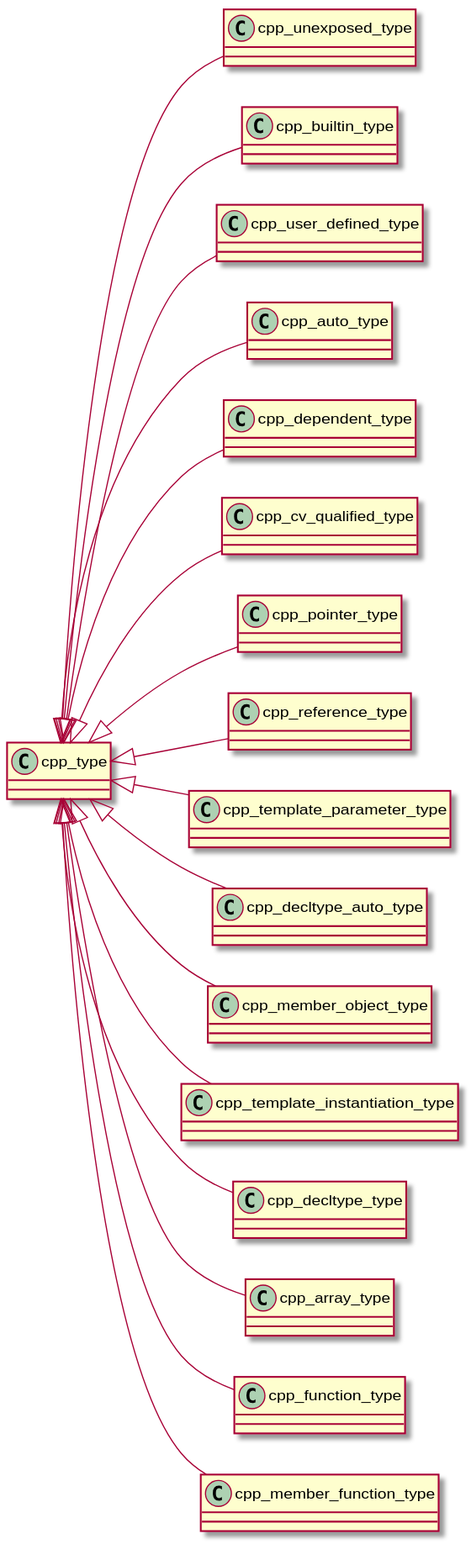
The PlantUML diagram cppast/puml/cpp_type_class_hierarchy_diagram.svg in bkryza/clang-uml-examples, before a commit.
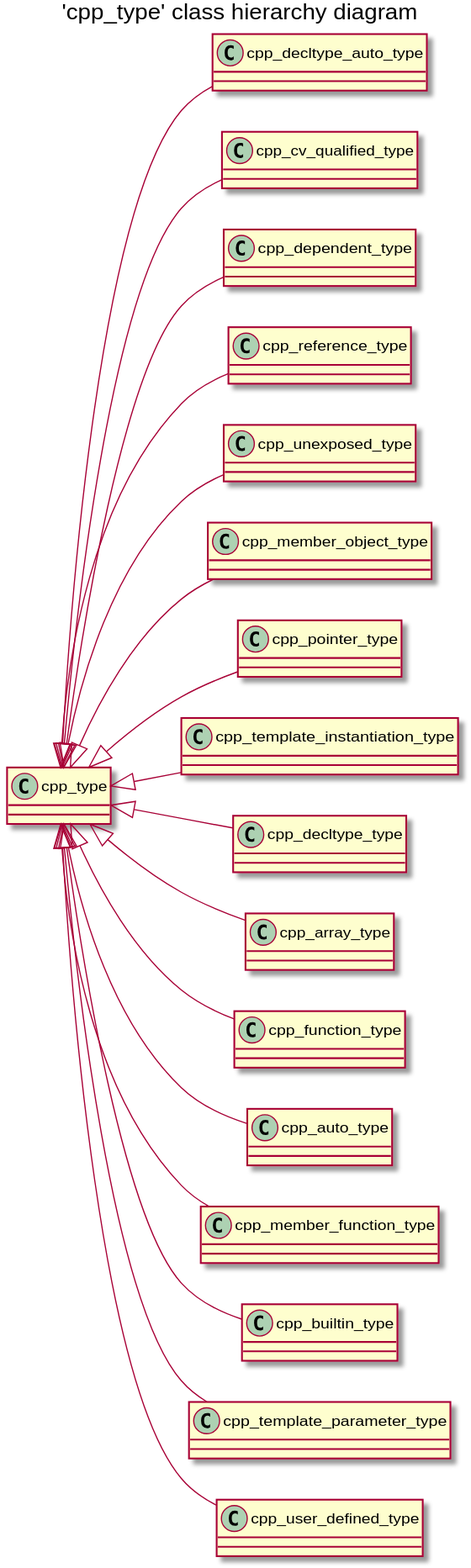
Above is the later version.

Change to the diagram source:
```diff
@@ -1,51 +1,32 @@
 @startuml
+title 'cpp_type' class hierarchy diagram
 left to right direction
-class "cpp_type" as C_0001585653041236922459
-class C_0001585653041236922459 [[https://github.com/foonathan/cppast/blob/f00df6675d87c6983033d270728c57a55cd3db22/include/cppast/cpp_type.hpp#L44{cpp_type}]] {
-__
-}
-class "cpp_unexposed_type" as C_0000601730303705395408
-class C_0000601730303705395408 [[https://github.com/foonathan/cppast/blob/f00df6675d87c6983033d270728c57a55cd3db22/include/cppast/cpp_type.hpp#L95{cpp_unexposed_type}]] {
-__
-}
-class "cpp_builtin_type" as C_0002035785082080260407
-class C_0002035785082080260407 [[https://github.com/foonathan/cppast/blob/f00df6675d87c6983033d270728c57a55cd3db22/include/cppast/cpp_type.hpp#L161{cpp_builtin_type}]] {
-__
-}
-class "cpp_user_defined_type" as C_0002166954434825938188
-class C_0002166954434825938188 [[https://github.com/foonathan/cppast/blob/f00df6675d87c6983033d270728c57a55cd3db22/include/cppast/cpp_type.hpp#L202{cpp_user_defined_type}]] {
-__
-}
-class "cpp_auto_type" as C_0001809003368459807767
-class C_0001809003368459807767 [[https://github.com/foonathan/cppast/blob/f00df6675d87c6983033d270728c57a55cd3db22/include/cppast/cpp_type.hpp#L230{cpp_auto_type}]] {
-__
-}
-class "cpp_dependent_type" as C_0000507998479194737071
-class C_0000507998479194737071 [[https://github.com/foonathan/cppast/blob/f00df6675d87c6983033d270728c57a55cd3db22/include/cppast/cpp_type.hpp#L249{cpp_dependent_type}]] {
-__
-}
-class "cpp_cv_qualified_type" as C_0000342846994454958214
-class C_0000342846994454958214 [[https://github.com/foonathan/cppast/blob/f00df6675d87c6983033d270728c57a55cd3db22/include/cppast/cpp_type.hpp#L311{cpp_cv_qualified_type}]] {
-__
-}
-class "cpp_pointer_type" as C_0000861535705589766807
-class C_0000861535705589766807 [[https://github.com/foonathan/cppast/blob/f00df6675d87c6983033d270728c57a55cd3db22/include/cppast/cpp_type.hpp#L359{cpp_pointer_type}]] {
-__
-}
-class "cpp_reference_type" as C_0000600573949475383075
-class C_0000600573949475383075 [[https://github.com/foonathan/cppast/blob/f00df6675d87c6983033d270728c57a55cd3db22/include/cppast/cpp_type.hpp#L394{cpp_reference_type}]] {
-__
-}
-class "cpp_template_parameter_type" as C_0002158322113857881673
-class C_0002158322113857881673 [[https://github.com/foonathan/cppast/blob/f00df6675d87c6983033d270728c57a55cd3db22/include/cppast/cpp_template_parameter.hpp#L106{cpp_template_parameter_type}]] {
-__
-}
 class "cpp_decltype_auto_type" as C_0000026248340214462662
 class C_0000026248340214462662 [[https://github.com/foonathan/cppast/blob/f00df6675d87c6983033d270728c57a55cd3db22/include/cppast/cppast_fwd.hpp#L27{cpp_decltype_auto_type}]] {
 __
 }
+class "cpp_cv_qualified_type" as C_0000342846994454958214
+class C_0000342846994454958214 [[https://github.com/foonathan/cppast/blob/f00df6675d87c6983033d270728c57a55cd3db22/include/cppast/cppast_fwd.hpp#L26{cpp_cv_qualified_type}]] {
+__
+}
+class "cpp_dependent_type" as C_0000507998479194737071
+class C_0000507998479194737071 [[https://github.com/foonathan/cppast/blob/f00df6675d87c6983033d270728c57a55cd3db22/include/cppast/cppast_fwd.hpp#L29{cpp_dependent_type}]] {
+__
+}
+class "cpp_reference_type" as C_0000600573949475383075
+class C_0000600573949475383075 [[https://github.com/foonathan/cppast/blob/f00df6675d87c6983033d270728c57a55cd3db22/include/cppast/cppast_fwd.hpp#L58{cpp_reference_type}]] {
+__
+}
+class "cpp_unexposed_type" as C_0000601730303705395408
+class C_0000601730303705395408 [[https://github.com/foonathan/cppast/blob/f00df6675d87c6983033d270728c57a55cd3db22/include/cppast/cppast_fwd.hpp#L74{cpp_unexposed_type}]] {
+__
+}
 class "cpp_member_object_type" as C_0000603633382993980808
 class C_0000603633382993980808 [[https://github.com/foonathan/cppast/blob/f00df6675d87c6983033d270728c57a55cd3db22/include/cppast/cppast_fwd.hpp#L53{cpp_member_object_type}]] {
+__
+}
+class "cpp_pointer_type" as C_0000861535705589766807
+class C_0000861535705589766807 [[https://github.com/foonathan/cppast/blob/f00df6675d87c6983033d270728c57a55cd3db22/include/cppast/cppast_fwd.hpp#L57{cpp_pointer_type}]] {
 __
 }
 class "cpp_template_instantiation_type" as C_0001009421424714355715
@@ -64,25 +45,45 @@
 class C_0001455852309215570565 [[https://github.com/foonathan/cppast/blob/f00df6675d87c6983033d270728c57a55cd3db22/include/cppast/cppast_fwd.hpp#L44{cpp_function_type}]] {
 __
 }
+class "cpp_type" as C_0001585653041236922459
+class C_0001585653041236922459 [[https://github.com/foonathan/cppast/blob/f00df6675d87c6983033d270728c57a55cd3db22/include/cppast/cppast_fwd.hpp#L70{cpp_type}]] {
+__
+}
+class "cpp_auto_type" as C_0001809003368459807767
+class C_0001809003368459807767 [[https://github.com/foonathan/cppast/blob/f00df6675d87c6983033d270728c57a55cd3db22/include/cppast/cppast_fwd.hpp#L16{cpp_auto_type}]] {
+__
+}
 class "cpp_member_function_type" as C_0001956941679276907326
 class C_0001956941679276907326 [[https://github.com/foonathan/cppast/blob/f00df6675d87c6983033d270728c57a55cd3db22/include/cppast/cppast_fwd.hpp#L52{cpp_member_function_type}]] {
 __
 }
+class "cpp_builtin_type" as C_0002035785082080260407
+class C_0002035785082080260407 [[https://github.com/foonathan/cppast/blob/f00df6675d87c6983033d270728c57a55cd3db22/include/cppast/cppast_fwd.hpp#L19{cpp_builtin_type}]] {
+__
+}
+class "cpp_template_parameter_type" as C_0002158322113857881673
+class C_0002158322113857881673 [[https://github.com/foonathan/cppast/blob/f00df6675d87c6983033d270728c57a55cd3db22/include/cppast/cppast_fwd.hpp#L65{cpp_template_parameter_type}]] {
+__
+}
+class "cpp_user_defined_type" as C_0002166954434825938188
+class C_0002166954434825938188 [[https://github.com/foonathan/cppast/blob/f00df6675d87c6983033d270728c57a55cd3db22/include/cppast/cppast_fwd.hpp#L75{cpp_user_defined_type}]] {
+__
+}
+C_0001585653041236922459 <|-- C_0000026248340214462662
+C_0001585653041236922459 <|-- C_0000342846994454958214
+C_0001585653041236922459 <|-- C_0000507998479194737071
+C_0001585653041236922459 <|-- C_0000600573949475383075
 C_0001585653041236922459 <|-- C_0000601730303705395408
-C_0001585653041236922459 <|-- C_0002035785082080260407
-C_0001585653041236922459 <|-- C_0002166954434825938188
-C_0001585653041236922459 <|-- C_0001809003368459807767
-C_0001585653041236922459 <|-- C_0000507998479194737071
-C_0001585653041236922459 <|-- C_0000342846994454958214
+C_0001585653041236922459 <|-- C_0000603633382993980808
 C_0001585653041236922459 <|-- C_0000861535705589766807
-C_0001585653041236922459 <|-- C_0000600573949475383075
-C_0001585653041236922459 <|-- C_0002158322113857881673
-C_0001585653041236922459 <|-- C_0000026248340214462662
-C_0001585653041236922459 <|-- C_0000603633382993980808
 C_0001585653041236922459 <|-- C_0001009421424714355715
 C_0001585653041236922459 <|-- C_0001184982835175222056
 C_0001585653041236922459 <|-- C_0001347498727659770075
 C_0001585653041236922459 <|-- C_0001455852309215570565
+C_0001585653041236922459 <|-- C_0001809003368459807767
 C_0001585653041236922459 <|-- C_0001956941679276907326
+C_0001585653041236922459 <|-- C_0002035785082080260407
+C_0001585653041236922459 <|-- C_0002158322113857881673
+C_0001585653041236922459 <|-- C_0002166954434825938188
 
 @enduml
```
